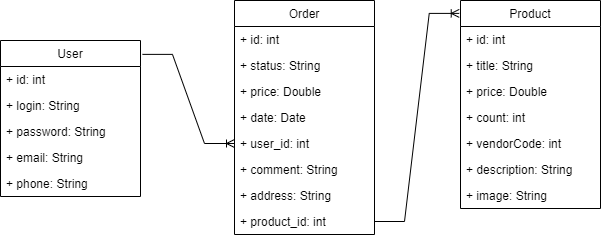
Above: SQLDataModel.png in moevm/nosql2h21-fisherman (draw.io), before the change. Source tidied: cells renumbered, new cells last; positions are measured from the earlier drawing's top-left corner, leaving out a move shared by most shapes. Source of this version:
```xml
<mxGraphModel>
  <root>
    <mxCell id="0" />
    <mxCell id="1" parent="0" />
    <mxCell id="2" value="Product" style="swimlane;fontStyle=0;horizontal=1;startSize=26;fillColor=none;" parent="1" vertex="1">
      <mxGeometry x="460" width="140" height="208" as="geometry" />
    </mxCell>
    <mxCell id="3" value="+ id: int" style="text;strokeColor=none;fillColor=none;align=left;verticalAlign=top;spacingLeft=4;spacingRight=4;overflow=hidden;" parent="2" vertex="1">
      <mxGeometry y="26" width="140" height="26" as="geometry" />
    </mxCell>
    <mxCell id="4" value="+ title: String" style="text;strokeColor=none;fillColor=none;align=left;verticalAlign=top;spacingLeft=4;spacingRight=4;overflow=hidden;" parent="2" vertex="1">
      <mxGeometry y="52" width="140" height="26" as="geometry" />
    </mxCell>
    <mxCell id="5" value="+ price: Double" style="text;strokeColor=none;fillColor=none;align=left;verticalAlign=top;spacingLeft=4;spacingRight=4;overflow=hidden;" parent="2" vertex="1">
      <mxGeometry y="78" width="140" height="26" as="geometry" />
    </mxCell>
    <mxCell id="6" value="+ count: int" style="text;strokeColor=none;fillColor=none;align=left;verticalAlign=top;spacingLeft=4;spacingRight=4;overflow=hidden;" parent="2" vertex="1">
      <mxGeometry y="104" width="140" height="26" as="geometry" />
    </mxCell>
    <mxCell id="7" value="+ vendorCode: int" style="text;strokeColor=none;fillColor=none;align=left;verticalAlign=top;spacingLeft=4;spacingRight=4;overflow=hidden;" parent="2" vertex="1">
      <mxGeometry y="130" width="140" height="26" as="geometry" />
    </mxCell>
    <mxCell id="8" value="+ description: String" style="text;strokeColor=none;fillColor=none;align=left;verticalAlign=top;spacingLeft=4;spacingRight=4;overflow=hidden;" parent="2" vertex="1">
      <mxGeometry y="156" width="140" height="26" as="geometry" />
    </mxCell>
    <mxCell id="9" value="+ image: String" style="text;strokeColor=none;fillColor=none;align=left;verticalAlign=top;spacingLeft=4;spacingRight=4;overflow=hidden;" parent="2" vertex="1">
      <mxGeometry y="182" width="140" height="26" as="geometry" />
    </mxCell>
    <mxCell id="10" value="User" style="swimlane;fontStyle=0;horizontal=1;startSize=26;fillColor=none;" parent="1" vertex="1">
      <mxGeometry y="40" width="140" height="156" as="geometry" />
    </mxCell>
    <mxCell id="11" value="+ id: int" style="text;strokeColor=none;fillColor=none;align=left;verticalAlign=top;spacingLeft=4;spacingRight=4;overflow=hidden;" parent="10" vertex="1">
      <mxGeometry y="26" width="140" height="26" as="geometry" />
    </mxCell>
    <mxCell id="12" value="+ login: String" style="text;strokeColor=none;fillColor=none;align=left;verticalAlign=top;spacingLeft=4;spacingRight=4;overflow=hidden;" parent="10" vertex="1">
      <mxGeometry y="52" width="140" height="26" as="geometry" />
    </mxCell>
    <mxCell id="13" value="+ password: String" style="text;strokeColor=none;fillColor=none;align=left;verticalAlign=top;spacingLeft=4;spacingRight=4;overflow=hidden;" parent="10" vertex="1">
      <mxGeometry y="78" width="140" height="26" as="geometry" />
    </mxCell>
    <mxCell id="14" value="+ email: String" style="text;strokeColor=none;fillColor=none;align=left;verticalAlign=top;spacingLeft=4;spacingRight=4;overflow=hidden;" parent="10" vertex="1">
      <mxGeometry y="104" width="140" height="26" as="geometry" />
    </mxCell>
    <mxCell id="15" value="+ phone: String" style="text;strokeColor=none;fillColor=none;align=left;verticalAlign=top;spacingLeft=4;spacingRight=4;overflow=hidden;" parent="10" vertex="1">
      <mxGeometry y="130" width="140" height="26" as="geometry" />
    </mxCell>
    <mxCell id="16" value="Order" style="swimlane;fontStyle=0;horizontal=1;startSize=26;fillColor=none;" parent="1" vertex="1">
      <mxGeometry x="234" width="140" height="234" as="geometry" />
    </mxCell>
    <mxCell id="17" value="+ id: int" style="text;strokeColor=none;fillColor=none;align=left;verticalAlign=top;spacingLeft=4;spacingRight=4;overflow=hidden;" parent="16" vertex="1">
      <mxGeometry y="26" width="140" height="26" as="geometry" />
    </mxCell>
    <mxCell id="18" value="+ status: String" style="text;strokeColor=none;fillColor=none;align=left;verticalAlign=top;spacingLeft=4;spacingRight=4;overflow=hidden;" parent="16" vertex="1">
      <mxGeometry y="52" width="140" height="26" as="geometry" />
    </mxCell>
    <mxCell id="19" value="+ price: Double" style="text;strokeColor=none;fillColor=none;align=left;verticalAlign=top;spacingLeft=4;spacingRight=4;overflow=hidden;" parent="16" vertex="1">
      <mxGeometry y="78" width="140" height="26" as="geometry" />
    </mxCell>
    <mxCell id="20" value="+ date: Date" style="text;strokeColor=none;fillColor=none;align=left;verticalAlign=top;spacingLeft=4;spacingRight=4;overflow=hidden;" parent="16" vertex="1">
      <mxGeometry y="104" width="140" height="26" as="geometry" />
    </mxCell>
    <mxCell id="21" value="+ user_id: int" style="text;strokeColor=none;fillColor=none;align=left;verticalAlign=top;spacingLeft=4;spacingRight=4;overflow=hidden;points=[[0,0.5],[1,0.5]];portConstraint=eastwest;" parent="16" vertex="1">
      <mxGeometry y="130" width="140" height="26" as="geometry" />
    </mxCell>
    <mxCell id="22" value="+ comment: String" style="text;strokeColor=none;fillColor=none;align=left;verticalAlign=top;spacingLeft=4;spacingRight=4;overflow=hidden;" parent="16" vertex="1">
      <mxGeometry y="156" width="140" height="26" as="geometry" />
    </mxCell>
    <mxCell id="23" value="+ address: String" style="text;strokeColor=none;fillColor=none;align=left;verticalAlign=top;spacingLeft=4;spacingRight=4;overflow=hidden;" parent="16" vertex="1">
      <mxGeometry y="182" width="140" height="26" as="geometry" />
    </mxCell>
    <mxCell id="24" value="+ product_id: int" style="text;strokeColor=none;fillColor=none;align=left;verticalAlign=top;spacingLeft=4;spacingRight=4;overflow=hidden;points=[[0,0.5],[1,0.5]];portConstraint=eastwest;" parent="16" vertex="1">
      <mxGeometry y="208" width="140" height="26" as="geometry" />
    </mxCell>
    <mxCell id="25" style="edgeStyle=entityRelationEdgeStyle;fontSize=12;html=1;endArrow=ERoneToMany;rounded=0;exitX=1.014;exitY=0.089;exitDx=0;exitDy=0;exitPerimeter=0;" parent="1" edge="1" source="10" target="21">
      <mxGeometry relative="1" as="geometry" />
    </mxCell>
    <mxCell id="26" style="edgeStyle=entityRelationEdgeStyle;fontSize=12;html=1;endArrow=ERoneToMany;rounded=0;entryX=-0.009;entryY=0.062;entryDx=0;entryDy=0;entryPerimeter=0;" parent="1" edge="1" source="24" target="2">
      <mxGeometry relative="1" as="geometry" />
    </mxCell>
  </root>
</mxGraphModel>
```
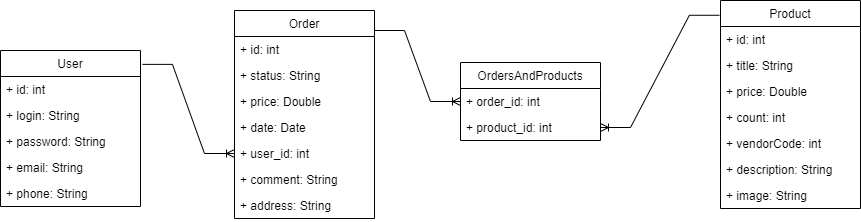
The same file after the commit.

Diff of the diagram source:
```diff
@@ -3,7 +3,7 @@
     <mxCell id="0" />
     <mxCell id="1" parent="0" />
     <mxCell id="2" value="Product" style="swimlane;fontStyle=0;horizontal=1;startSize=26;fillColor=none;" parent="1" vertex="1">
-      <mxGeometry x="460" width="140" height="208" as="geometry" />
+      <mxGeometry x="720" y="-10" width="140" height="208" as="geometry" />
     </mxCell>
     <mxCell id="3" value="+ id: int" style="text;strokeColor=none;fillColor=none;align=left;verticalAlign=top;spacingLeft=4;spacingRight=4;overflow=hidden;" parent="2" vertex="1">
       <mxGeometry y="26" width="140" height="26" as="geometry" />
@@ -45,7 +45,7 @@
       <mxGeometry y="130" width="140" height="26" as="geometry" />
     </mxCell>
     <mxCell id="16" value="Order" style="swimlane;fontStyle=0;horizontal=1;startSize=26;fillColor=none;" parent="1" vertex="1">
-      <mxGeometry x="234" width="140" height="234" as="geometry" />
+      <mxGeometry x="234" width="140" height="208" as="geometry" />
     </mxCell>
     <mxCell id="17" value="+ id: int" style="text;strokeColor=none;fillColor=none;align=left;verticalAlign=top;spacingLeft=4;spacingRight=4;overflow=hidden;" parent="16" vertex="1">
       <mxGeometry y="26" width="140" height="26" as="geometry" />
@@ -68,14 +68,25 @@
     <mxCell id="23" value="+ address: String" style="text;strokeColor=none;fillColor=none;align=left;verticalAlign=top;spacingLeft=4;spacingRight=4;overflow=hidden;" parent="16" vertex="1">
       <mxGeometry y="182" width="140" height="26" as="geometry" />
     </mxCell>
+    <mxCell id="25" style="edgeStyle=entityRelationEdgeStyle;fontSize=12;html=1;endArrow=ERoneToMany;rounded=0;exitX=1.014;exitY=0.089;exitDx=0;exitDy=0;exitPerimeter=0;" parent="1" edge="1" source="10" target="21">
+      <mxGeometry relative="1" as="geometry" />
+    </mxCell>
+    <mxCell id="27" value="OrdersAndProducts" style="swimlane;fontStyle=0;horizontal=1;startSize=26;fillColor=none;" parent="1" vertex="1">
+      <mxGeometry x="460" y="52" width="140" height="78" as="geometry" />
+    </mxCell>
+    <mxCell id="28" value="+ order_id: int" style="text;strokeColor=none;fillColor=none;align=left;verticalAlign=top;spacingLeft=4;spacingRight=4;overflow=hidden;points=[[0,0.5],[1,0.5]];portConstraint=eastwest;" parent="27" vertex="1">
+      <mxGeometry y="26" width="140" height="26" as="geometry" />
+    </mxCell>
-    <mxCell id="24" value="+ product_id: int" style="text;strokeColor=none;fillColor=none;align=left;verticalAlign=top;spacingLeft=4;spacingRight=4;overflow=hidden;points=[[0,0.5],[1,0.5]];portConstraint=eastwest;" parent="16" vertex="1">
-      <mxGeometry y="208" width="140" height="26" as="geometry" />
+    <mxCell id="24" value="+ product_id: int" style="text;strokeColor=none;fillColor=none;align=left;verticalAlign=top;spacingLeft=4;spacingRight=4;overflow=hidden;points=[[0,0.5],[1,0.5]];portConstraint=eastwest;" parent="27" vertex="1">
+      <mxGeometry y="52" width="140" height="26" as="geometry" />
     </mxCell>
-    <mxCell id="25" style="edgeStyle=entityRelationEdgeStyle;fontSize=12;html=1;endArrow=ERoneToMany;rounded=0;exitX=1.014;exitY=0.089;exitDx=0;exitDy=0;exitPerimeter=0;" parent="1" edge="1" source="10" target="21">
-      <mxGeometry relative="1" as="geometry" />
-    </mxCell>
-    <mxCell id="26" style="edgeStyle=entityRelationEdgeStyle;fontSize=12;html=1;endArrow=ERoneToMany;rounded=0;entryX=-0.009;entryY=0.062;entryDx=0;entryDy=0;entryPerimeter=0;" parent="1" edge="1" source="24" target="2">
-      <mxGeometry relative="1" as="geometry" />
-    </mxCell>
+    <mxCell id="29" style="edgeStyle=entityRelationEdgeStyle;fontSize=12;html=1;endArrow=ERoneToMany;rounded=0;exitX=1.014;exitY=0.089;exitDx=0;exitDy=0;exitPerimeter=0;entryX=0;entryY=0.5;entryDx=0;entryDy=0;" parent="1" edge="1" target="28">
+      <mxGeometry relative="1" as="geometry">
+        <mxPoint x="374" y="20" as="sourcePoint" />
+      </mxGeometry>
+    </mxCell>
+    <mxCell id="30" style="edgeStyle=entityRelationEdgeStyle;fontSize=12;html=1;endArrow=ERoneToMany;rounded=0;entryX=1;entryY=0.5;entryDx=0;entryDy=0;exitX=-0.008;exitY=0.071;exitDx=0;exitDy=0;exitPerimeter=0;" parent="1" edge="1" source="2" target="24">
+      <mxGeometry relative="1" as="geometry" />
+    </mxCell>
   </root>
 </mxGraphModel>
```
